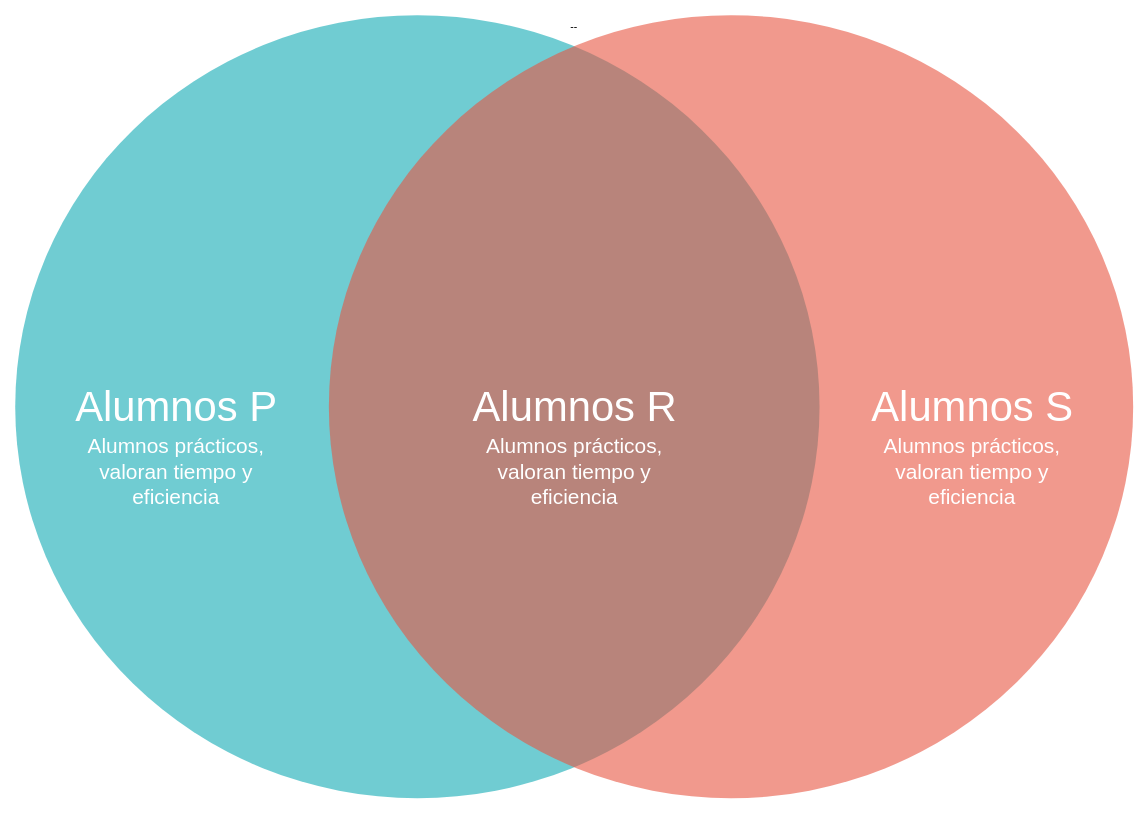
Before: propuesta/CC6908-1 Introducción al Trabajo de Título 2021/Focus Groups/Tipos_de_alumnos-Diagrama_de_Venn.drawio in Shellowb/informe_memoria_2021, a draw.io diagram. Source tidied: cells renumbered, new cells numbered last; positions are measured from the earlier drawing's top-left corner, leaving out a move shared by most shapes. Both pictures are drawn from the tidied source at 87%, with x=0, y=0 at pixel (15, 15).
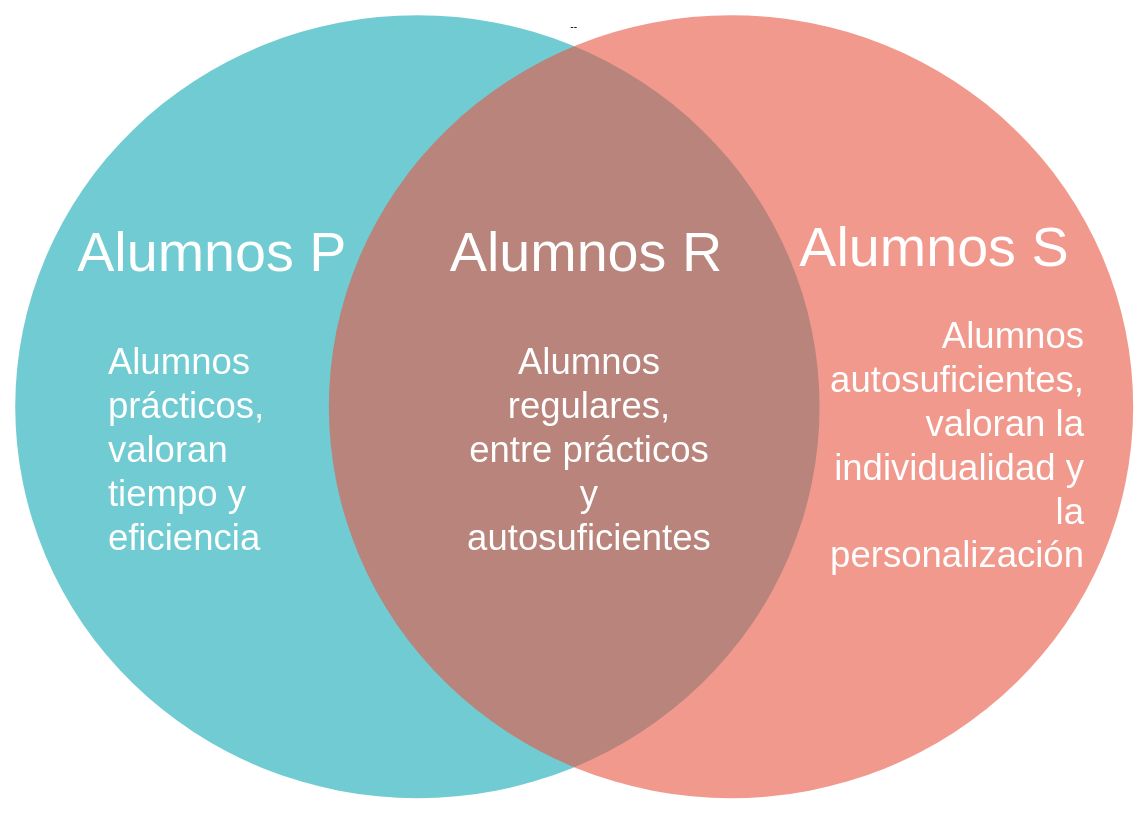
The same page after the edit.

Diff of the diagram source:
```diff
@@
 <mxGraphModel>
   <root>
     <mxCell id="0" />
     <mxCell id="1" parent="0" />
     <mxCell id="2" value="Tradition" style="text;fontSize=24;align=center;verticalAlign=middle;html=1;fontColor=#FFFFFF;" parent="1" vertex="1">
       <mxGeometry x="329.5" y="398.5" width="190" height="70" as="geometry" />
     </mxCell>
     <mxCell id="3" value="--" style="group;" parent="1" vertex="1">
       <mxGeometry width="1285" height="900" as="geometry" />
     </mxCell>
     <mxCell id="4" style="ellipse;fillColor=#12AAB5;opacity=60;strokeColor=none;html=1;fontColor=#FFFFFF;" parent="3" vertex="1">
       <mxGeometry width="924.5" height="900" as="geometry" />
     </mxCell>
     <mxCell id="5" style="ellipse;fillColor=#e85642;opacity=60;strokeColor=none;html=1;fontColor=#FFFFFF;" parent="3" vertex="1">
       <mxGeometry x="360.5" width="924.5" height="900" as="geometry" />
     </mxCell>
-    <mxCell id="6" value="Alumnos P" style="text;fontSize=48;align=center;verticalAlign=middle;html=1;fontColor=#FFFFFF;" parent="3" vertex="1">
-      <mxGeometry x="9.2" y="387" width="351.3" height="126" as="geometry" />
+    <mxCell id="6" value="Alumnos P" style="text;fontSize=64;align=center;verticalAlign=middle;html=1;fontColor=#FFFFFF;" parent="3" vertex="1">
+      <mxGeometry x="50" y="210" width="351.3" height="126" as="geometry" />
     </mxCell>
-    <mxCell id="7" value="Alumnos S" style="text;fontSize=48;align=center;verticalAlign=middle;html=1;fontColor=#FFFFFF;" parent="3" vertex="1">
-      <mxGeometry x="924.5" y="387" width="351.3" height="126" as="geometry" />
+    <mxCell id="7" value="Alumnos S" style="text;fontSize=64;align=center;verticalAlign=middle;html=1;fontColor=#FFFFFF;" parent="3" vertex="1">
+      <mxGeometry x="880" y="204" width="351.3" height="126" as="geometry" />
     </mxCell>
-    <mxCell id="8" value="Alumnos R" style="text;fontSize=48;align=center;verticalAlign=middle;html=1;fontColor=#FFFFFF;" parent="3" vertex="1">
-      <mxGeometry x="466.9" y="387" width="351.3" height="126" as="geometry" />
+    <mxCell id="8" value="Alumnos R" style="text;fontSize=64;align=center;verticalAlign=middle;html=1;fontColor=#FFFFFF;" parent="3" vertex="1">
+      <mxGeometry x="480" y="210" width="351.3" height="126" as="geometry" />
     </mxCell>
-    <mxCell id="9" value="&lt;p style=&quot;line-height: 120% ; font-size: 24px&quot;&gt;&lt;font style=&quot;font-size: 24px&quot;&gt;Alumnos prácticos, valoran tiempo y eficiencia&lt;br&gt;&lt;/font&gt;&lt;/p&gt;" style="text;html=1;strokeColor=none;fillColor=none;align=center;verticalAlign=middle;whiteSpace=wrap;rounded=0;fontSize=48;fontColor=#FFFFFF;" parent="3" vertex="1">
-      <mxGeometry x="64.9" y="470" width="240" height="110" as="geometry" />
+    <mxCell id="9" value="&lt;p style=&quot;line-height: 120% ; font-size: 42px&quot; align=&quot;left&quot;&gt;&lt;font style=&quot;font-size: 42px&quot;&gt;Alumnos prácticos, valoran tiempo y eficiencia&lt;br&gt;&lt;/font&gt;&lt;/p&gt;" style="text;html=1;strokeColor=none;fillColor=none;align=center;verticalAlign=middle;whiteSpace=wrap;rounded=0;fontSize=64;fontColor=#FFFFFF;" parent="3" vertex="1">
+      <mxGeometry x="105.7" y="340" width="240" height="320" as="geometry" />
     </mxCell>
-    <mxCell id="10" value="&lt;p style=&quot;line-height: 120% ; font-size: 24px&quot;&gt;&lt;font style=&quot;font-size: 24px&quot;&gt;Alumnos prácticos, valoran tiempo y eficiencia&lt;br&gt;&lt;/font&gt;&lt;/p&gt;" style="text;html=1;strokeColor=none;fillColor=none;align=center;verticalAlign=middle;whiteSpace=wrap;rounded=0;fontSize=48;fontColor=#FFFFFF;" parent="3" vertex="1">
-      <mxGeometry x="522.5" y="470" width="240" height="110" as="geometry" />
+    <mxCell id="10" value="&lt;p style=&quot;line-height: 120% ; font-size: 42px&quot; align=&quot;center&quot;&gt;&lt;font style=&quot;font-size: 42px&quot;&gt;Alumnos regulares, entre prácticos y autosuficientes&lt;br&gt;&lt;/font&gt;&lt;/p&gt;" style="text;html=1;strokeColor=none;fillColor=none;align=center;verticalAlign=middle;whiteSpace=wrap;rounded=0;fontSize=64;fontColor=#FFFFFF;" parent="3" vertex="1">
+      <mxGeometry x="540" y="340" width="240" height="320" as="geometry" />
     </mxCell>
-    <mxCell id="11" value="&lt;p style=&quot;line-height: 120% ; font-size: 24px&quot;&gt;&lt;font style=&quot;font-size: 24px&quot;&gt;Alumnos prácticos, valoran tiempo y eficiencia&lt;br&gt;&lt;/font&gt;&lt;/p&gt;" style="text;html=1;strokeColor=none;fillColor=none;align=center;verticalAlign=middle;whiteSpace=wrap;rounded=0;fontSize=48;fontColor=#FFFFFF;" parent="3" vertex="1">
-      <mxGeometry x="980.1" y="470" width="240" height="110" as="geometry" />
+    <mxCell id="11" value="&lt;p style=&quot;line-height: 120% ; font-size: 42px&quot;&gt;&lt;font style=&quot;font-size: 42px&quot;&gt;Alumnos autosuficientes, valoran la individualidad y la personalización&lt;br&gt;&lt;/font&gt;&lt;/p&gt;" style="text;html=1;strokeColor=none;fillColor=none;align=right;verticalAlign=middle;whiteSpace=wrap;rounded=0;fontSize=64;fontColor=#FFFFFF;" parent="3" vertex="1">
+      <mxGeometry x="931.3" y="340" width="300" height="310" as="geometry" />
     </mxCell>
   </root>
 </mxGraphModel>
```
